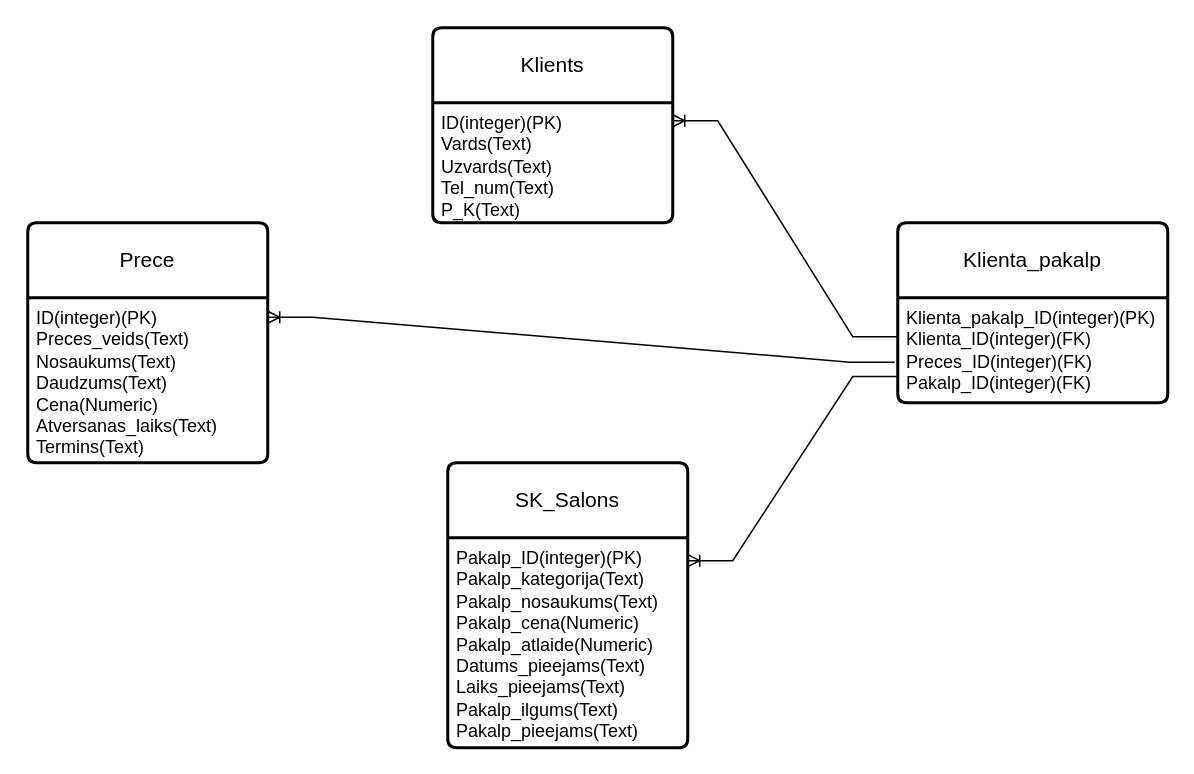
The draw.io diagram Skaitumkopsana_ER_modelis.drawio in EdzusB/Skaistumkopsana, before the edit. Source tidied: cells renumbered, new cells numbered last; positions are measured from the earlier drawing's top-left corner, leaving out a move shared by most shapes. Both pictures are drawn from the tidied source at 150%, with x=0, y=0 at pixel (27, 27).
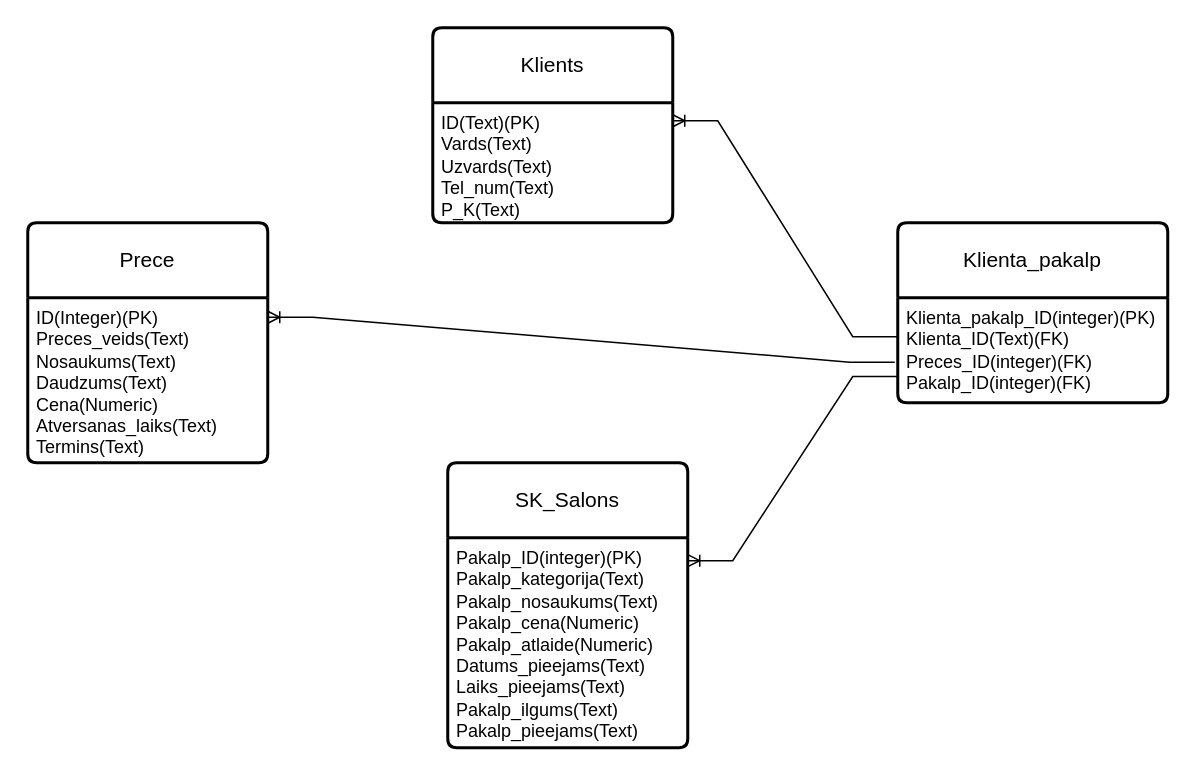
After the change.

Commit message (it also covers changes not shown here):
ER modeļa uzlabojums

Change to the diagram source:
```diff
@@
 <mxGraphModel>
   <root>
     <mxCell id="0" />
     <mxCell id="1" parent="0" />
     <mxCell id="2" value="Klients" style="swimlane;horizontal=1;startSize=50;rounded=1;fontSize=14;fontStyle=0;strokeWidth=2;shadow=0;dashed=0;align=center;arcSize=4;whiteSpace=wrap;html=1;" parent="1" vertex="1">
       <mxGeometry x="270" width="160" height="130" as="geometry" />
     </mxCell>
-    <mxCell id="3" value="ID(integer)(PK)&lt;br&gt;Vards(Text)&lt;br style=&quot;border-color: var(--border-color);&quot;&gt;Uzvards(Text)&lt;br style=&quot;border-color: var(--border-color);&quot;&gt;Tel_num(Text)&lt;br style=&quot;border-color: var(--border-color);&quot;&gt;P_K(Text)" style="align=left;strokeColor=none;fillColor=none;spacingLeft=4;fontSize=12;verticalAlign=top;html=1;" parent="2" vertex="1">
+    <mxCell id="3" value="ID(Text)(PK)&lt;br&gt;Vards(Text)&lt;br style=&quot;border-color: var(--border-color);&quot;&gt;Uzvards(Text)&lt;br style=&quot;border-color: var(--border-color);&quot;&gt;Tel_num(Text)&lt;br style=&quot;border-color: var(--border-color);&quot;&gt;P_K(Text)" style="align=left;strokeColor=none;fillColor=none;spacingLeft=4;fontSize=12;verticalAlign=top;html=1;" parent="2" vertex="1">
       <mxGeometry y="50" width="160" height="80" as="geometry" />
     </mxCell>
     <mxCell id="4" value="Prece" style="swimlane;horizontal=1;startSize=50;rounded=1;fontSize=14;fontStyle=0;strokeWidth=2;shadow=0;dashed=0;align=center;arcSize=4;whiteSpace=wrap;html=1;" parent="1" vertex="1">
       <mxGeometry y="130" width="160" height="160" as="geometry" />
     </mxCell>
-    <mxCell id="5" value="ID(integer)(PK)&lt;br&gt;Preces_veids(Text)&lt;br style=&quot;border-color: var(--border-color);&quot;&gt;Nosaukums(Text)&lt;br style=&quot;border-color: var(--border-color);&quot;&gt;Daudzums(Text)&lt;br style=&quot;border-color: var(--border-color);&quot;&gt;Cena(Numeric)&lt;br&gt;Atversanas_laiks(Text)&lt;br style=&quot;border-color: var(--border-color);&quot;&gt;Termins(Text)&lt;br style=&quot;border-color: var(--border-color);&quot;&gt;" style="align=left;strokeColor=none;fillColor=none;spacingLeft=4;fontSize=12;verticalAlign=top;html=1;" parent="4" vertex="1">
+    <mxCell id="5" value="ID(Integer)(PK)&lt;br&gt;Preces_veids(Text)&lt;br style=&quot;border-color: var(--border-color);&quot;&gt;Nosaukums(Text)&lt;br style=&quot;border-color: var(--border-color);&quot;&gt;Daudzums(Text)&lt;br style=&quot;border-color: var(--border-color);&quot;&gt;Cena(Numeric)&lt;br&gt;Atversanas_laiks(Text)&lt;br style=&quot;border-color: var(--border-color);&quot;&gt;Termins(Text)" style="align=left;strokeColor=none;fillColor=none;spacingLeft=4;fontSize=12;verticalAlign=top;html=1;" parent="4" vertex="1">
       <mxGeometry y="50" width="160" height="110" as="geometry" />
     </mxCell>
     <mxCell id="6" value="SK_Salons" style="swimlane;horizontal=1;startSize=50;rounded=1;fontSize=14;fontStyle=0;strokeWidth=2;shadow=0;dashed=0;align=center;arcSize=4;whiteSpace=wrap;html=1;" parent="1" vertex="1">
       <mxGeometry x="280" y="290" width="160" height="190" as="geometry" />
     </mxCell>
     <mxCell id="7" value="Pakalp_ID(integer)(PK)&lt;br&gt;Pakalp_kategorija(Text)&lt;br&gt;Pakalp_nosaukums(Text)&lt;br&gt;Pakalp_cena(Numeric)&lt;br&gt;Pakalp_atlaide(Numeric)&lt;br&gt;Datums_pieejams(Text)&lt;br&gt;Laiks_pieejams(Text)&lt;br&gt;Pakalp_ilgums(Text)&lt;br&gt;Pakalp_pieejams(Text)" style="align=left;strokeColor=none;fillColor=none;spacingLeft=4;fontSize=12;verticalAlign=top;html=1;" parent="6" vertex="1">
       <mxGeometry y="50" width="160" height="140" as="geometry" />
     </mxCell>
     <mxCell id="8" value="Klienta_pakalp" style="swimlane;horizontal=1;startSize=50;rounded=1;fontSize=14;fontStyle=0;strokeWidth=2;shadow=0;dashed=0;align=center;arcSize=4;whiteSpace=wrap;html=1;" parent="1" vertex="1">
       <mxGeometry x="580" y="130" width="180" height="120" as="geometry" />
     </mxCell>
-    <mxCell id="9" value="Klienta_pakalp_ID(integer)(PK)&lt;br&gt;Klienta_ID(integer)(FK)&lt;br&gt;Preces_ID(integer)(FK)&lt;br&gt;Pakalp_ID(integer)(FK)" style="align=left;strokeColor=none;fillColor=none;spacingLeft=4;fontSize=12;verticalAlign=top;html=1;" parent="8" vertex="1">
+    <mxCell id="9" value="Klienta_pakalp_ID(integer)(PK)&lt;br&gt;Klienta_ID(Text)(FK)&lt;br&gt;Preces_ID(integer)(FK)&lt;br&gt;Pakalp_ID(integer)(FK)" style="align=left;strokeColor=none;fillColor=none;spacingLeft=4;fontSize=12;verticalAlign=top;html=1;" parent="8" vertex="1">
       <mxGeometry y="50" width="180" height="70" as="geometry" />
     </mxCell>
     <mxCell id="10" style="edgeStyle=entityRelationEdgeStyle;fontSize=12;html=1;endArrow=ERoneToMany;rounded=0;exitX=0;exitY=0.371;exitDx=0;exitDy=0;exitPerimeter=0;entryX=1;entryY=0.15;entryDx=0;entryDy=0;entryPerimeter=0;" parent="1" edge="1" source="9" target="3">
       <mxGeometry relative="1" as="geometry">
         <Array as="points">
           <mxPoint x="490" y="100" />
           <mxPoint x="500" y="100" />
           <mxPoint x="520" y="100" />
           <mxPoint x="540" y="59" />
         </Array>
       </mxGeometry>
     </mxCell>
     <mxCell id="11" style="edgeStyle=entityRelationEdgeStyle;fontSize=12;html=1;endArrow=ERoneToMany;rounded=0;exitX=-0.011;exitY=0.614;exitDx=0;exitDy=0;entryX=1;entryY=0.118;entryDx=0;entryDy=0;entryPerimeter=0;exitPerimeter=0;" parent="1" edge="1" source="9" target="5">
       <mxGeometry relative="1" as="geometry" />
     </mxCell>
     <mxCell id="12" style="edgeStyle=entityRelationEdgeStyle;fontSize=12;html=1;endArrow=ERoneToMany;rounded=0;exitX=0;exitY=0.75;exitDx=0;exitDy=0;entryX=1;entryY=0.109;entryDx=0;entryDy=0;entryPerimeter=0;" parent="1" edge="1" source="9" target="7">
       <mxGeometry relative="1" as="geometry" />
     </mxCell>
   </root>
 </mxGraphModel>
```
